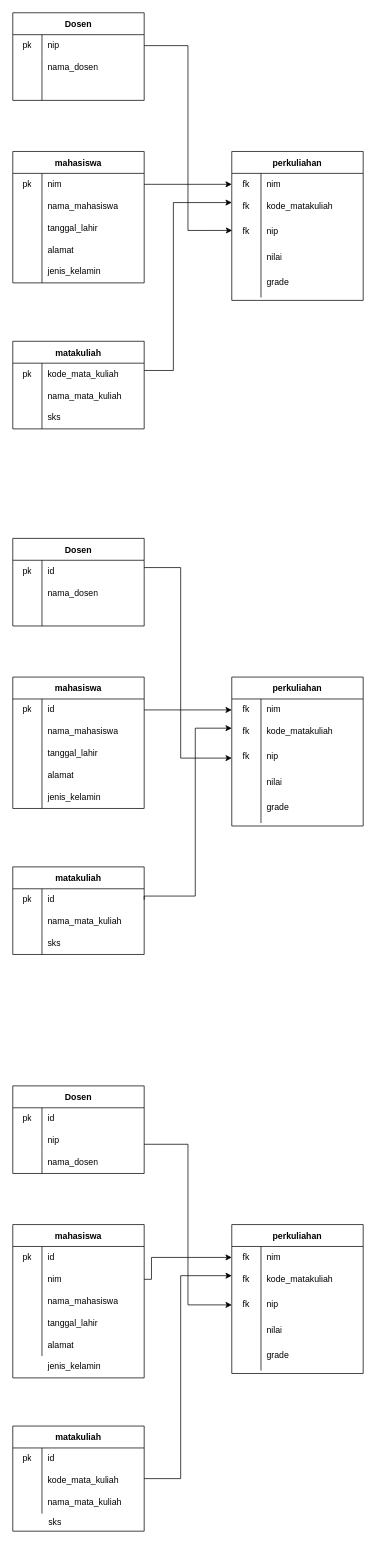
The draw.io diagram diagram/LRS-managemen-akademik.drawio in dedenurr/management-akademik, before the edit. Source tidied: cells renumbered, new cells numbered last; positions are measured from the earlier drawing's top-left corner, leaving out a move shared by most shapes. Both pictures are drawn from the tidied source at 73%, with x=0, y=0 at pixel (12, 12).
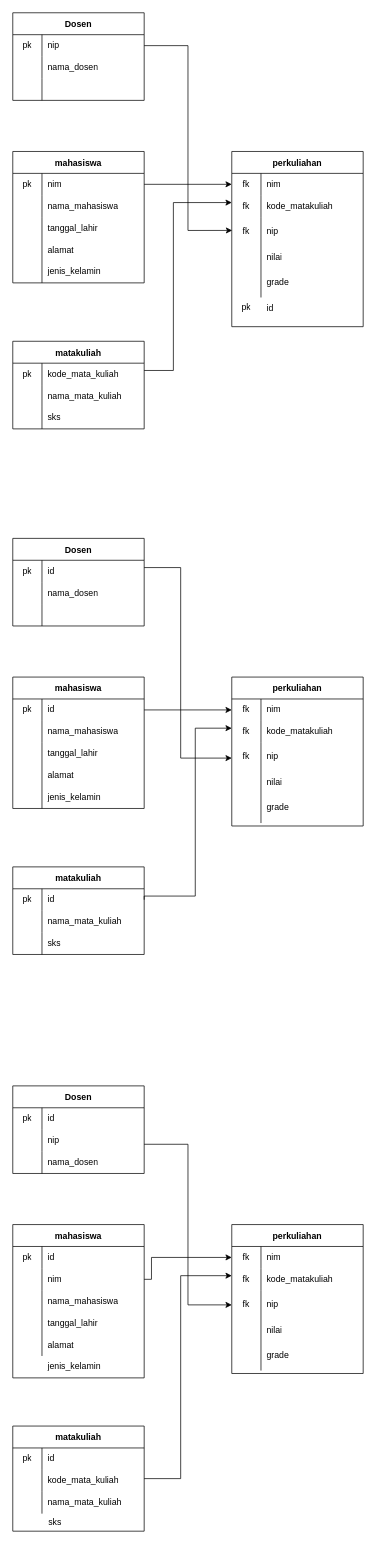
The same diagram, later.

Diff of the diagram source:
```diff
@@
     <mxCell id="37" value="perkuliahan" style="shape=table;startSize=30;childLayout=tableLayout;rowLines=0;fontStyle=1;" parent="1" vertex="1">
-      <mxGeometry x="300" y="190" width="180" height="204" as="geometry" />
+      <mxGeometry x="300" y="190" width="180" height="240" as="geometry" />
     </mxCell>
@@
+    <mxCell id="154" value="id" style="shape=partialRectangle;html=1;whiteSpace=wrap;fillColor=none;top=0;left=0;bottom=0;right=0;align=left;spacingLeft=6;overflow=hidden;" parent="1" vertex="1">
+      <mxGeometry x="340" y="390" width="140" height="30" as="geometry" />
+    </mxCell>
+    <mxCell id="155" value="pk" style="shape=partialRectangle;html=1;whiteSpace=wrap;fillColor=none;top=0;left=0;bottom=0;right=0;overflow=hidden;" parent="1" vertex="1">
+      <mxGeometry x="300" y="389" width="40" height="30" as="geometry" />
+    </mxCell>
```
